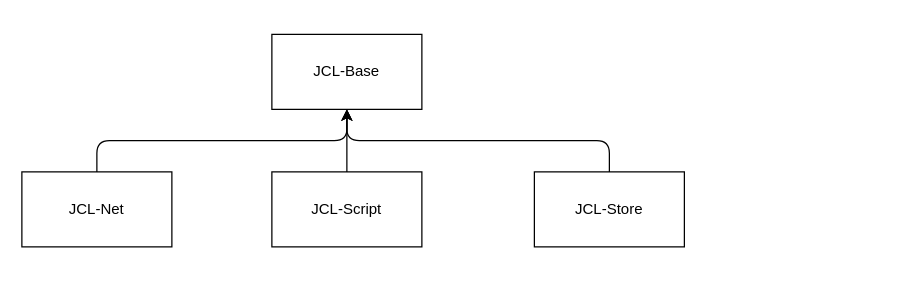
Before: doc/jcl-highLevel.drawio in bitcoin-sv/bsv-components-library, a draw.io diagram. Source tidied: cells renumbered, new cells numbered last; positions are measured from the earlier drawing's top-left corner, leaving out a move shared by most shapes. Both pictures are drawn from the tidied source at 125%, with x=0, y=0 at pixel (21, 34).
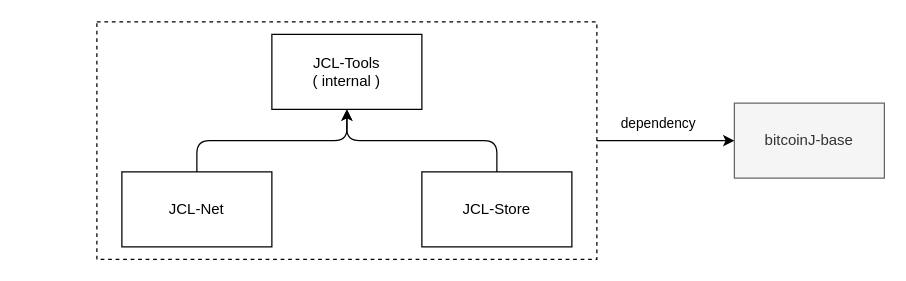
The same page after the edit.

Diff of the diagram source:
```diff
@@
 <mxGraphModel>
   <root>
     <mxCell id="0" />
     <mxCell id="1" parent="0" />
+    <mxCell id="9" style="rounded=0;whiteSpace=wrap;html=1;fillColor=none;dashed=1;" parent="1" vertex="1">
+      <mxGeometry x="60" y="-10" width="400" height="190" as="geometry" />
+    </mxCell>
     <mxCell id="2" value="JCL-Net" style="rounded=0;whiteSpace=wrap;html=1;" parent="1" vertex="1">
-      <mxGeometry y="110" width="120" height="60" as="geometry" />
+      <mxGeometry x="80" y="110" width="120" height="60" as="geometry" />
     </mxCell>
-    <mxCell id="3" value="JCL-Base" style="rounded=0;whiteSpace=wrap;html=1;" parent="1" vertex="1">
+    <mxCell id="3" value="JCL-Tools&lt;br&gt;( internal )" style="rounded=0;whiteSpace=wrap;html=1;" parent="1" vertex="1">
       <mxGeometry x="200" width="120" height="60" as="geometry" />
     </mxCell>
     <mxCell id="4" style="edgeStyle=elbowEdgeStyle;elbow=vertical;endArrow=classic;html=1;entryX=0.5;entryY=1;entryDx=0;entryDy=0;exitX=0.5;exitY=0;exitDx=0;exitDy=0;" parent="1" edge="1" source="2" target="3">
       <mxGeometry relative="1" as="geometry" />
     </mxCell>
-    <mxCell id="5" value="JCL-Script" style="rounded=0;whiteSpace=wrap;html=1;" parent="1" vertex="1">
-      <mxGeometry x="200" y="110" width="120" height="60" as="geometry" />
-    </mxCell>
-    <mxCell id="6" style="edgeStyle=elbowEdgeStyle;elbow=vertical;endArrow=classic;html=1;entryX=0.5;entryY=1;entryDx=0;entryDy=0;exitX=0.5;exitY=0;exitDx=0;exitDy=0;" parent="1" edge="1" source="5" target="3">
-      <mxGeometry relative="1" as="geometry" />
-    </mxCell>
     <mxCell id="7" value="JCL-Store" style="rounded=0;whiteSpace=wrap;html=1;" parent="1" vertex="1">
-      <mxGeometry x="410" y="110" width="120" height="60" as="geometry" />
+      <mxGeometry x="320" y="110" width="120" height="60" as="geometry" />
     </mxCell>
     <mxCell id="8" style="edgeStyle=elbowEdgeStyle;elbow=vertical;endArrow=classic;html=1;entryX=0.5;entryY=1;entryDx=0;entryDy=0;exitX=0.5;exitY=0;exitDx=0;exitDy=0;" parent="1" edge="1" source="7" target="3">
       <mxGeometry relative="1" as="geometry" />
     </mxCell>
+    <mxCell id="10" value="bitcoinJ-base" style="rounded=0;whiteSpace=wrap;html=1;fillColor=#f5f5f5;strokeColor=#666666;fontColor=#333333;" parent="1" vertex="1">
+      <mxGeometry x="570" y="55" width="120" height="60" as="geometry" />
+    </mxCell>
+    <mxCell id="11" style="endArrow=classic;html=1;entryX=0;entryY=0.5;entryDx=0;entryDy=0;exitX=1;exitY=0.5;exitDx=0;exitDy=0;" parent="1" edge="1" source="9" target="10">
+      <mxGeometry relative="1" as="geometry" />
+    </mxCell>
+    <mxCell id="12" value="dependency" style="edgeLabel;html=1;align=center;verticalAlign=middle;" parent="11" vertex="1">
+      <mxGeometry x="-0.13" y="1" relative="1" as="geometry">
+        <mxPoint y="-14" as="offset" />
+      </mxGeometry>
+    </mxCell>
   </root>
 </mxGraphModel>
```
